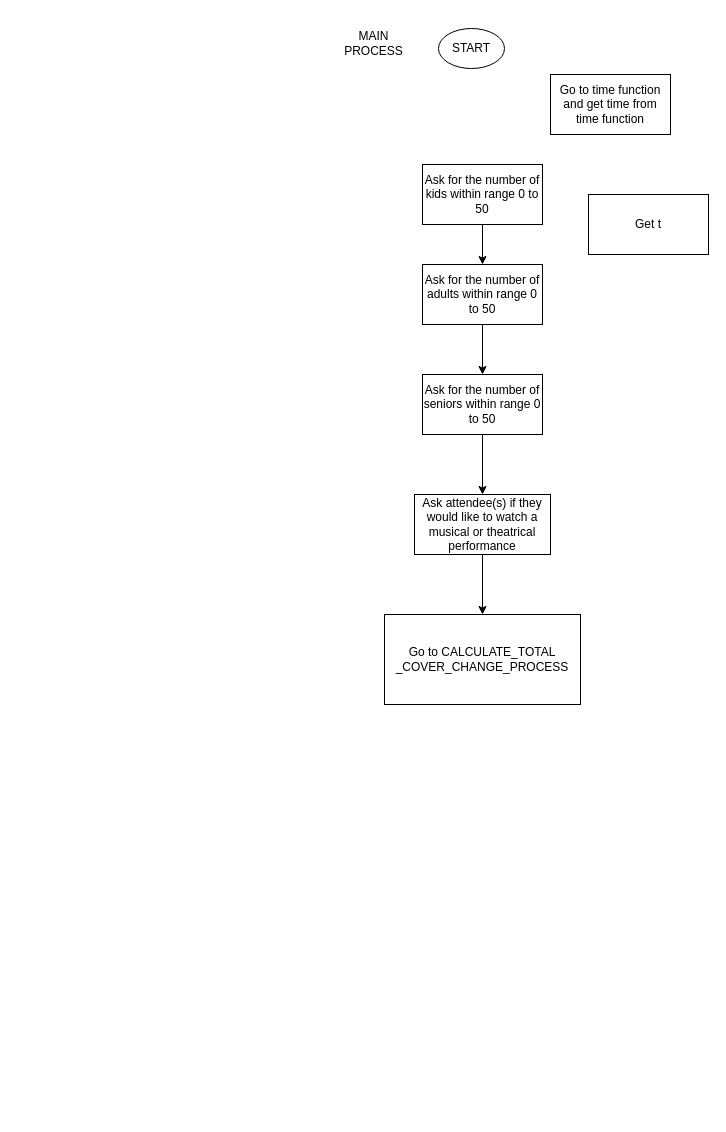
The draw.io diagram APS145_Workshop7_MainProcess.drawio in PriyaArasan/APS145_Workshop7, before the edit. Source tidied: cells renumbered, new cells numbered last; positions are measured from the earlier drawing's top-left corner, leaving out a move shared by most shapes. Both pictures are drawn from the tidied source at 100%, with x=0, y=0 at pixel (338, 28).
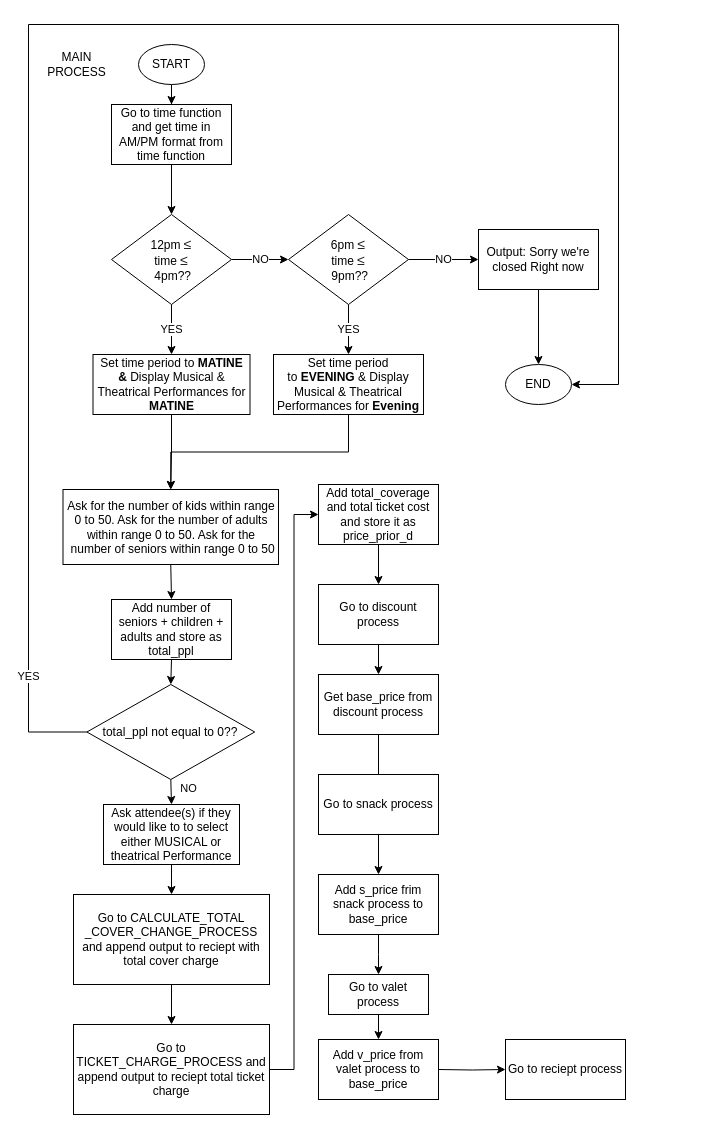
Above is the later version.

What changed in the source:
```diff
@@
+    <mxCell id="15" style="edgeStyle=orthogonalEdgeStyle;rounded=0;jettySize=auto;html=1;" parent="1" edge="1" source="2" target="13">
+      <mxGeometry relative="1" as="geometry" />
+    </mxCell>
     <mxCell id="2" value="START" style="ellipse;whiteSpace=wrap;html=1;" parent="1" vertex="1">
-      <mxGeometry x="100" width="66" height="40" as="geometry" />
+      <mxGeometry x="-200" y="16" width="66" height="40" as="geometry" />
     </mxCell>
-    <mxCell id="3" style="edgeStyle=orthogonalEdgeStyle;rounded=0;jettySize=auto;html=1;" parent="1" edge="1" source="4" target="8">
-      <mxGeometry relative="1" as="geometry" />
-    </mxCell>
-    <mxCell id="4" value="Ask for the number of adults within range 0 to 50" style="rounded=0;whiteSpace=wrap;html=1;" parent="1" vertex="1">
-      <mxGeometry x="84" y="236" width="120" height="60" as="geometry" />
-    </mxCell>
-    <mxCell id="5" style="edgeStyle=orthogonalEdgeStyle;rounded=0;jettySize=auto;html=1;" parent="1" edge="1" source="6" target="4">
-      <mxGeometry relative="1" as="geometry" />
-    </mxCell>
+    <mxCell id="16" style="edgeStyle=orthogonalEdgeStyle;rounded=0;jettySize=auto;html=1;exitX=0.5;exitY=1;exitDx=0;exitDy=0;entryX=0.5;entryY=0;entryDx=0;entryDy=0;" parent="1" edge="1" source="6" target="37">
+      <mxGeometry relative="1" as="geometry" />
+    </mxCell>
-    <mxCell id="6" value="Ask for the number of kids within range 0 to 50" style="rounded=0;whiteSpace=wrap;html=1;" parent="1" vertex="1">
-      <mxGeometry x="84" y="136" width="120" height="60" as="geometry" />
+    <mxCell id="6" value="Ask for the number of kids within range 0 to 50. Ask for the number of adults within range 0 to 50. Ask&amp;nbsp;for the&lt;br&gt;&amp;nbsp;number of seniors within range 0 to 50" style="rounded=0;whiteSpace=wrap;html=1;" parent="1" vertex="1">
+      <mxGeometry x="-275.5" y="461" width="215.5" height="75" as="geometry" />
     </mxCell>
-    <mxCell id="7" style="edgeStyle=orthogonalEdgeStyle;rounded=0;jettySize=auto;html=1;" parent="1" edge="1" source="8" target="12">
-      <mxGeometry relative="1" as="geometry" />
-    </mxCell>
-    <mxCell id="8" value="Ask for the number of seniors within range 0 to 50" style="rounded=0;whiteSpace=wrap;html=1;" parent="1" vertex="1">
-      <mxGeometry x="84" y="346" width="120" height="60" as="geometry" />
-    </mxCell>
     <mxCell id="9" value="MAIN&lt;br&gt;PROCESS" style="text;html=1;align=center;verticalAlign=middle;" parent="1" vertex="1">
-      <mxGeometry width="70" height="30" as="geometry" />
+      <mxGeometry x="-297" y="21" width="70" height="30" as="geometry" />
     </mxCell>
+    <mxCell id="17" style="edgeStyle=orthogonalEdgeStyle;rounded=0;jettySize=auto;html=1;" parent="1" edge="1" source="10" target="33">
+      <mxGeometry relative="1" as="geometry" />
+    </mxCell>
-    <mxCell id="10" value="Go to CALCULATE_TOTAL&lt;br&gt;_COVER_CHANGE_PROCESS" style="rounded=0;whiteSpace=wrap;html=1;" parent="1" vertex="1">
-      <mxGeometry x="46" y="586" width="196" height="90" as="geometry" />
+    <mxCell id="10" value="Go to CALCULATE_TOTAL&lt;br&gt;_COVER_CHANGE_PROCESS and append output to reciept with total cover charge" style="rounded=0;whiteSpace=wrap;html=1;" parent="1" vertex="1">
+      <mxGeometry x="-265" y="866" width="196" height="90" as="geometry" />
     </mxCell>
@@
-    <mxCell id="12" value="Ask attendee(s) if they would like to watch a musical or theatrical performance" style="rounded=0;whiteSpace=wrap;html=1;" parent="1" vertex="1">
-      <mxGeometry x="76" y="466" width="136" height="60" as="geometry" />
+    <mxCell id="12" value="Ask attendee(s) if they would like to to select either MUSICAL or theatrical Performance" style="rounded=0;whiteSpace=wrap;html=1;" parent="1" vertex="1">
+      <mxGeometry x="-235" y="776" width="136" height="60" as="geometry" />
     </mxCell>
+    <mxCell id="18" style="edgeStyle=orthogonalEdgeStyle;rounded=0;jettySize=auto;html=1;" parent="1" edge="1" source="13" target="21">
+      <mxGeometry relative="1" as="geometry" />
+    </mxCell>
-    <mxCell id="13" value="Go to time function and get time from time function" style="rounded=0;whiteSpace=wrap;html=1;" parent="1" vertex="1">
-      <mxGeometry x="212" y="46" width="120" height="60" as="geometry" />
+    <mxCell id="13" value="Go to time function and get time in AM/PM format from time function" style="rounded=0;whiteSpace=wrap;html=1;" parent="1" vertex="1">
+      <mxGeometry x="-227" y="76" width="120" height="60" as="geometry" />
     </mxCell>
-    <mxCell id="14" value="Get t" style="rounded=0;whiteSpace=wrap;html=1;" parent="1" vertex="1">
-      <mxGeometry x="250" y="166" width="120" height="60" as="geometry" />
-    </mxCell>
+    <mxCell id="19" value="NO" style="edgeStyle=orthogonalEdgeStyle;rounded=0;jettySize=auto;html=1;" parent="1" edge="1" source="21" target="24">
+      <mxGeometry relative="1" as="geometry" />
+    </mxCell>
+    <mxCell id="20" value="YES" style="edgeStyle=orthogonalEdgeStyle;rounded=0;jettySize=auto;html=1;" parent="1" edge="1" source="21" target="28">
+      <mxGeometry relative="1" as="geometry" />
+    </mxCell>
+    <mxCell id="21" value="12pm&amp;nbsp;&lt;span style=&quot;color: rgb(34 , 34 , 34) ; font-family: &amp;#34;arial&amp;#34; , sans-serif ; font-size: 14px ; text-align: left ; background-color: rgb(255 , 255 , 255)&quot;&gt;≤&lt;/span&gt;&lt;br&gt;time&amp;nbsp;&lt;span style=&quot;color: rgb(34 , 34 , 34) ; font-family: &amp;#34;arial&amp;#34; , sans-serif ; font-size: 14px ; text-align: left ; background-color: rgb(255 , 255 , 255)&quot;&gt;≤&lt;/span&gt;&lt;br&gt;&amp;nbsp;4pm??" style="rhombus;whiteSpace=wrap;html=1;" parent="1" vertex="1">
+      <mxGeometry x="-227" y="186" width="120" height="90" as="geometry" />
+    </mxCell>
+    <mxCell id="22" value="NO" style="edgeStyle=orthogonalEdgeStyle;rounded=0;jettySize=auto;html=1;entryX=0;entryY=0.5;entryDx=0;entryDy=0;" parent="1" edge="1" source="24" target="26">
+      <mxGeometry relative="1" as="geometry" />
+    </mxCell>
+    <mxCell id="23" value="YES" style="edgeStyle=orthogonalEdgeStyle;rounded=0;jettySize=auto;html=1;" parent="1" edge="1" source="24" target="30">
+      <mxGeometry relative="1" as="geometry" />
+    </mxCell>
+    <mxCell id="24" value="&lt;span style=&quot;white-space: normal&quot;&gt;6pm&amp;nbsp;&lt;/span&gt;&lt;span style=&quot;white-space: normal ; color: rgb(34 , 34 , 34) ; font-family: &amp;#34;arial&amp;#34; , sans-serif ; font-size: 14px ; text-align: left ; background-color: rgb(255 , 255 , 255)&quot;&gt;≤&lt;/span&gt;&lt;br style=&quot;white-space: normal&quot;&gt;&lt;span style=&quot;white-space: normal&quot;&gt;time&amp;nbsp;&lt;/span&gt;&lt;span style=&quot;white-space: normal ; color: rgb(34 , 34 , 34) ; font-family: &amp;#34;arial&amp;#34; , sans-serif ; font-size: 14px ; text-align: left ; background-color: rgb(255 , 255 , 255)&quot;&gt;≤&lt;/span&gt;&lt;br style=&quot;white-space: normal&quot;&gt;&lt;span style=&quot;white-space: normal&quot;&gt;&amp;nbsp;9pm??&lt;/span&gt;" style="rhombus;whiteSpace=wrap;html=1;" parent="1" vertex="1">
+      <mxGeometry x="-50" y="186" width="120" height="90" as="geometry" />
+    </mxCell>
+    <mxCell id="25" style="edgeStyle=orthogonalEdgeStyle;rounded=0;jettySize=auto;html=1;entryX=0.5;entryY=0;entryDx=0;entryDy=0;" parent="1" edge="1" source="26" target="31">
+      <mxGeometry relative="1" as="geometry" />
+    </mxCell>
+    <mxCell id="26" value="Output: Sorry we're closed Right now" style="rounded=0;whiteSpace=wrap;html=1;" parent="1" vertex="1">
+      <mxGeometry x="140" y="201" width="120" height="60" as="geometry" />
+    </mxCell>
+    <mxCell id="27" style="edgeStyle=orthogonalEdgeStyle;rounded=0;jettySize=auto;html=1;entryX=0.5;entryY=0;entryDx=0;entryDy=0;exitX=0.5;exitY=1;exitDx=0;exitDy=0;" parent="1" edge="1" source="28" target="6">
+      <mxGeometry relative="1" as="geometry" />
+    </mxCell>
+    <mxCell id="28" value="Set time period to &lt;b&gt;MATINE &amp;amp;&amp;nbsp;&lt;/b&gt;Display Musical &amp;amp; Theatrical Performances for &lt;b&gt;MATINE&lt;/b&gt;" style="rounded=0;whiteSpace=wrap;html=1;" parent="1" vertex="1">
+      <mxGeometry x="-245.5" y="326" width="157" height="60" as="geometry" />
+    </mxCell>
+    <mxCell id="29" style="edgeStyle=orthogonalEdgeStyle;rounded=0;jettySize=auto;html=1;entryX=0.5;entryY=0;entryDx=0;entryDy=0;exitX=0.5;exitY=1;exitDx=0;exitDy=0;" parent="1" edge="1" source="30" target="6">
+      <mxGeometry relative="1" as="geometry" />
+    </mxCell>
+    <mxCell id="30" value="Set time period to&lt;b&gt;&amp;nbsp;EVENING &lt;/b&gt;&amp;amp; Display Musical &amp;amp; Theatrical Performances for &lt;b&gt;Evening&lt;/b&gt;" style="rounded=0;whiteSpace=wrap;html=1;" parent="1" vertex="1">
+      <mxGeometry x="-65" y="326" width="150" height="60" as="geometry" />
+    </mxCell>
+    <mxCell id="31" value="END" style="ellipse;whiteSpace=wrap;html=1;" parent="1" vertex="1">
+      <mxGeometry x="167" y="336" width="66" height="40" as="geometry" />
+    </mxCell>
+    <mxCell id="32" style="edgeStyle=orthogonalEdgeStyle;rounded=0;jettySize=auto;html=1;exitX=1;exitY=0.5;exitDx=0;exitDy=0;entryX=0;entryY=0.5;entryDx=0;entryDy=0;" parent="1" edge="1" source="33" target="35">
+      <mxGeometry relative="1" as="geometry" />
+    </mxCell>
+    <mxCell id="33" value="Go to TICKET_CHARGE_PROCESS and append output to reciept total ticket charge" style="rounded=0;whiteSpace=wrap;html=1;" parent="1" vertex="1">
+      <mxGeometry x="-265" y="996" width="196" height="90" as="geometry" />
+    </mxCell>
+    <mxCell id="34" style="edgeStyle=orthogonalEdgeStyle;rounded=0;jettySize=auto;html=1;" parent="1" edge="1" source="35" target="42">
+      <mxGeometry relative="1" as="geometry" />
+    </mxCell>
+    <mxCell id="35" value="Add total_coverage and total ticket cost and store it as price_prior_d" style="rounded=0;whiteSpace=wrap;html=1;" parent="1" vertex="1">
+      <mxGeometry x="-20" y="456" width="120" height="60" as="geometry" />
+    </mxCell>
+    <mxCell id="36" style="edgeStyle=orthogonalEdgeStyle;rounded=0;jettySize=auto;html=1;exitX=0.5;exitY=1;exitDx=0;exitDy=0;entryX=0.5;entryY=0;entryDx=0;entryDy=0;" parent="1" edge="1" source="37" target="40">
+      <mxGeometry relative="1" as="geometry" />
+    </mxCell>
+    <mxCell id="37" value="Add number of seniors + children + adults and store as total_ppl" style="rounded=0;whiteSpace=wrap;html=1;" parent="1" vertex="1">
+      <mxGeometry x="-227" y="571" width="120" height="60" as="geometry" />
+    </mxCell>
+    <mxCell id="38" value="NO" style="edgeStyle=orthogonalEdgeStyle;rounded=0;jettySize=auto;html=1;exitX=0.5;exitY=1;exitDx=0;exitDy=0;entryX=0.5;entryY=0;entryDx=0;entryDy=0;" parent="1" edge="1" source="40" target="12">
+      <mxGeometry x="-0.22" y="17" relative="1" as="geometry">
+        <mxPoint y="-1" as="offset" />
+      </mxGeometry>
+    </mxCell>
+    <mxCell id="39" value="YES" style="edgeStyle=orthogonalEdgeStyle;rounded=0;jettySize=auto;html=1;entryX=1;entryY=0.5;entryDx=0;entryDy=0;exitX=0;exitY=0.5;exitDx=0;exitDy=0;" parent="1" edge="1" source="40" target="31">
+      <mxGeometry x="-0.87" relative="1" as="geometry">
+        <Array as="points">
+          <mxPoint x="-310" y="704" />
+          <mxPoint x="-310" y="-4" />
+          <mxPoint x="280" y="-4" />
+          <mxPoint x="280" y="356" />
+        </Array>
+        <mxPoint y="1" as="offset" />
+      </mxGeometry>
+    </mxCell>
+    <mxCell id="40" value="total_ppl not equal to 0??" style="rhombus;whiteSpace=wrap;html=1;" parent="1" vertex="1">
+      <mxGeometry x="-251.6" y="656" width="167.8" height="95" as="geometry" />
+    </mxCell>
+    <mxCell id="41" style="edgeStyle=orthogonalEdgeStyle;rounded=0;jettySize=auto;html=1;" parent="1" edge="1" source="42" target="44">
+      <mxGeometry relative="1" as="geometry" />
+    </mxCell>
+    <mxCell id="42" value="Go to discount process" style="rounded=0;whiteSpace=wrap;html=1;" parent="1" vertex="1">
+      <mxGeometry x="-20" y="556" width="120" height="60" as="geometry" />
+    </mxCell>
+    <mxCell id="43" style="edgeStyle=orthogonalEdgeStyle;rounded=0;jettySize=auto;html=1;entryX=0.5;entryY=0.167;entryDx=0;entryDy=0;entryPerimeter=0;" parent="1" edge="1" source="44" target="46">
+      <mxGeometry relative="1" as="geometry" />
+    </mxCell>
+    <mxCell id="44" value="Get base_price from discount process" style="rounded=0;whiteSpace=wrap;html=1;" parent="1" vertex="1">
+      <mxGeometry x="-20" y="646" width="120" height="60" as="geometry" />
+    </mxCell>
+    <mxCell id="45" style="edgeStyle=orthogonalEdgeStyle;rounded=0;jettySize=auto;html=1;" parent="1" edge="1" source="46" target="48">
+      <mxGeometry relative="1" as="geometry" />
+    </mxCell>
+    <mxCell id="46" value="Go to snack process" style="rounded=0;whiteSpace=wrap;html=1;" parent="1" vertex="1">
+      <mxGeometry x="-20" y="746" width="120" height="60" as="geometry" />
+    </mxCell>
+    <mxCell id="47" style="edgeStyle=orthogonalEdgeStyle;rounded=0;jettySize=auto;html=1;" parent="1" edge="1" source="48">
+      <mxGeometry relative="1" as="geometry">
+        <mxPoint x="40" y="946" as="targetPoint" />
+      </mxGeometry>
+    </mxCell>
+    <mxCell id="48" value="Add s_price frim snack process to base_price" style="rounded=0;whiteSpace=wrap;html=1;" parent="1" vertex="1">
+      <mxGeometry x="-20" y="846" width="120" height="60" as="geometry" />
+    </mxCell>
+    <mxCell id="49" style="edgeStyle=orthogonalEdgeStyle;rounded=0;jettySize=auto;html=1;" parent="1" edge="1" source="50" target="51">
+      <mxGeometry relative="1" as="geometry" />
+    </mxCell>
+    <mxCell id="50" value="Go to valet process" style="rounded=0;whiteSpace=wrap;html=1;" parent="1" vertex="1">
+      <mxGeometry x="-10" y="946" width="100" height="40" as="geometry" />
+    </mxCell>
+    <mxCell id="51" value="Add v_price from valet process to base_price" style="rounded=0;whiteSpace=wrap;html=1;" parent="1" vertex="1">
+      <mxGeometry x="-20" y="1011" width="120" height="60" as="geometry" />
+    </mxCell>
+    <mxCell id="52" style="edgeStyle=orthogonalEdgeStyle;rounded=0;jettySize=auto;html=1;exitX=1;exitY=0.5;exitDx=0;exitDy=0;entryX=0;entryY=0.5;entryDx=0;entryDy=0;" parent="1" edge="1" target="53">
+      <mxGeometry relative="1" as="geometry">
+        <mxPoint x="100" y="1041" as="sourcePoint" />
+      </mxGeometry>
+    </mxCell>
+    <mxCell id="53" value="Go to reciept process" style="rounded=0;whiteSpace=wrap;html=1;" parent="1" vertex="1">
+      <mxGeometry x="167" y="1011" width="120" height="60" as="geometry" />
+    </mxCell>
```
